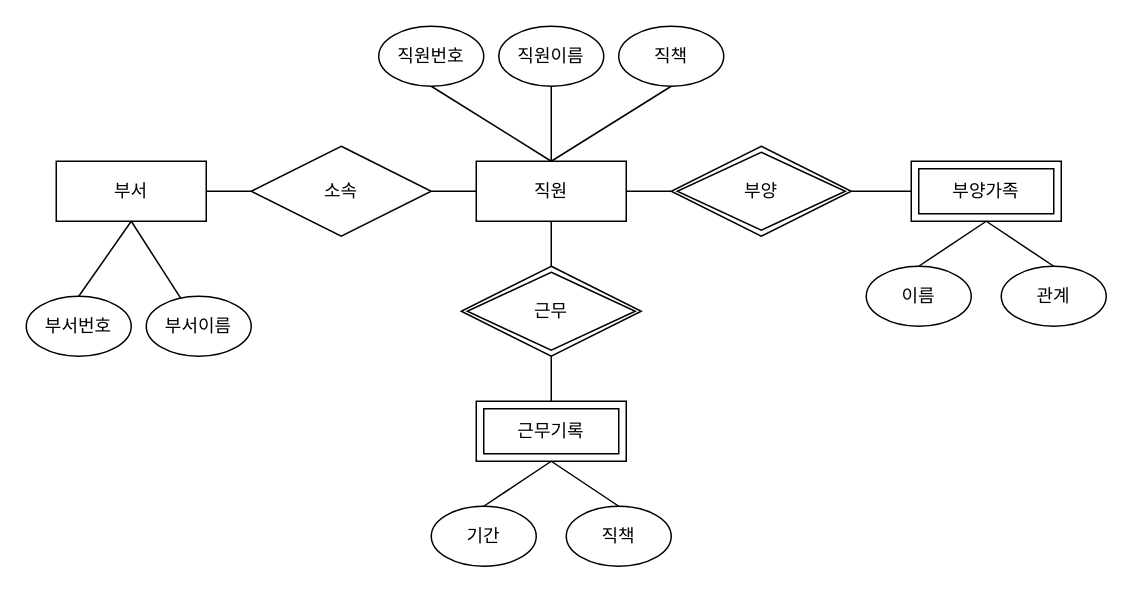
Above: 데베설6번문제.drawio in dbsrudrla/diagram (draw.io), before the change. Source tidied: cells renumbered, new cells numbered last; positions are measured from the earlier drawing's top-left corner, leaving out a move shared by most shapes. Both pictures are drawn from the tidied source at 150%, with x=0, y=0 at pixel (26, 26).
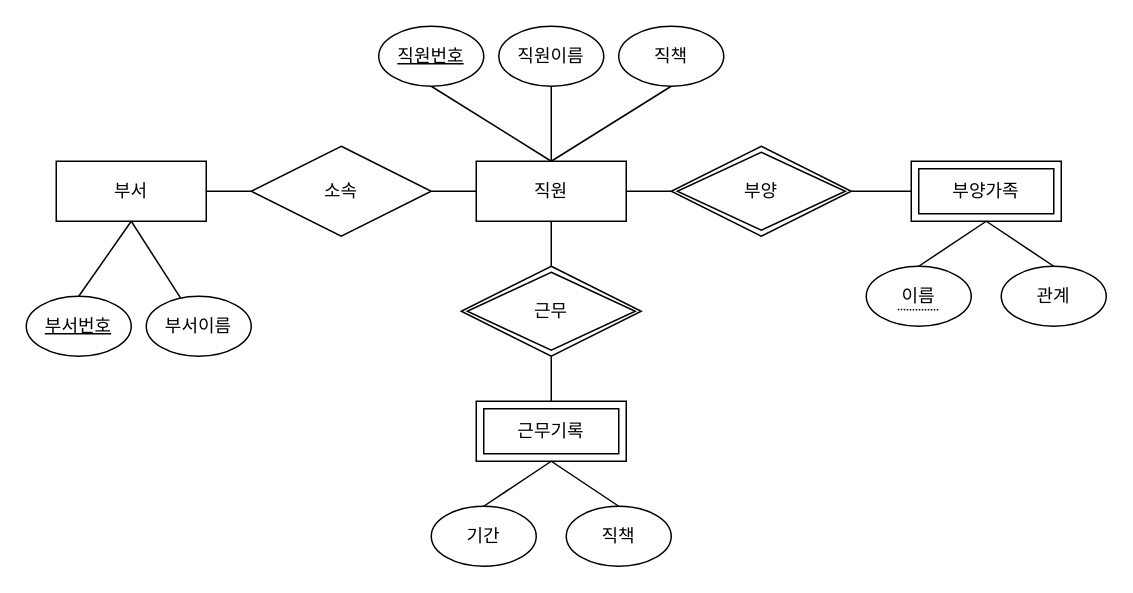
The same page after the edit.

Commit message (it also covers changes not shown here):
데베설6번문제.drawio 업데이트

Unchanged cells that the change refers to:
```xml
<mxCell id="26" value="이름" style="ellipse;whiteSpace=wrap;html=1;align=center;strokeColor=default;strokeWidth=1;verticalAlign=middle;fontFamily=Helvetica;fontSize=12;fontColor=default;fillColor=default;" parent="1" vertex="1">
  <mxGeometry x="560" y="160" width="70" height="40" as="geometry" />
</mxCell>
```

Change to the diagram source:
```diff
@@
-    <mxCell id="17" value="부서번호" style="ellipse;whiteSpace=wrap;html=1;align=center;strokeColor=default;strokeWidth=1;verticalAlign=middle;fontFamily=Helvetica;fontSize=12;fontColor=default;fillColor=default;" parent="1" vertex="1">
+    <mxCell id="17" value="&lt;u&gt;부서번호&lt;/u&gt;" style="ellipse;whiteSpace=wrap;html=1;align=center;strokeColor=default;strokeWidth=1;verticalAlign=middle;fontFamily=Helvetica;fontSize=12;fontColor=default;fillColor=default;" parent="1" vertex="1">
       <mxGeometry y="180" width="70" height="40" as="geometry" />
     </mxCell>
@@
-    <mxCell id="20" value="직원번호" style="ellipse;whiteSpace=wrap;html=1;align=center;strokeColor=default;strokeWidth=1;verticalAlign=middle;fontFamily=Helvetica;fontSize=12;fontColor=default;fillColor=default;" parent="1" vertex="1">
+    <mxCell id="20" value="&lt;u&gt;직원번호&lt;/u&gt;" style="ellipse;whiteSpace=wrap;html=1;align=center;strokeColor=default;strokeWidth=1;verticalAlign=middle;fontFamily=Helvetica;fontSize=12;fontColor=default;fillColor=default;" parent="1" vertex="1">
       <mxGeometry x="235" width="70" height="40" as="geometry" />
     </mxCell>
@@
+    <mxCell id="33" style="endArrow=none;html=1;rounded=0;fontFamily=Helvetica;fontSize=12;fontColor=default;dashed=1;dashPattern=1 1;entryX=0.7;entryY=0.725;entryDx=0;entryDy=0;entryPerimeter=0;" parent="1" edge="1" target="26">
+      <mxGeometry relative="1" as="geometry">
+        <mxPoint x="581" y="188.9" as="sourcePoint" />
+      </mxGeometry>
+    </mxCell>
```
